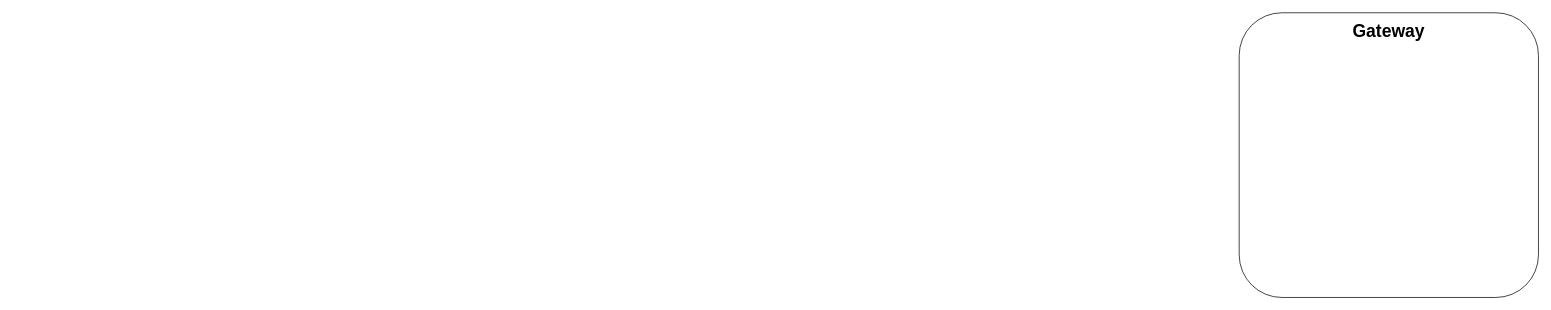
Above: page "Invoke Timeline" (1 of 4) of universal-engine/online-debug-upgrade.drawio in karlchan-cn/drawio-repository (draw.io), before the change. Source tidied: cells renumbered, new cells numbered last; positions are measured from the earlier drawing's top-left corner, leaving out a move shared by most shapes. Both pictures are drawn from the tidied source at 73%, with x=0, y=0 at pixel (1239, 12).
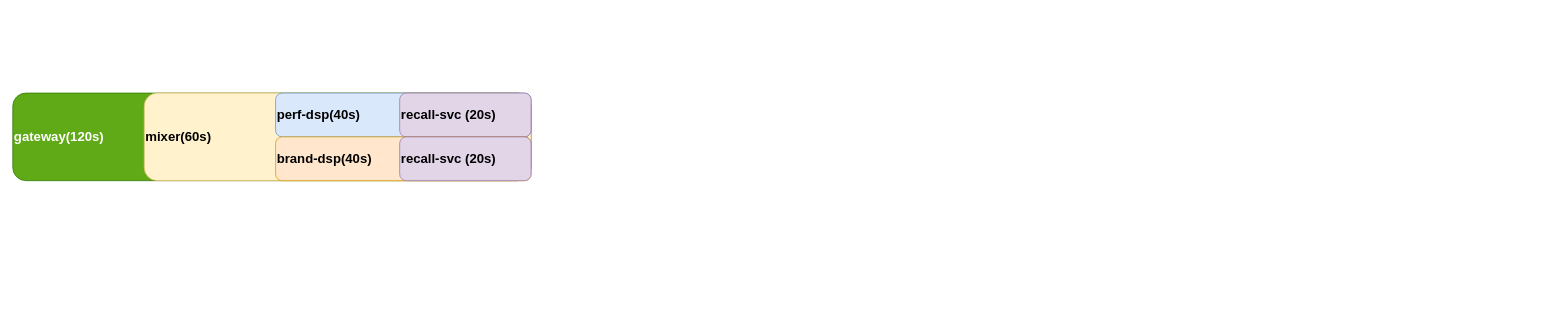
Above is the later version.

What changed in the source:
```diff
@@
 <mxGraphModel>
   <root>
     <mxCell id="0" />
     <mxCell id="1" parent="0" />
-    <mxCell id="2" style="rounded=1;whiteSpace=wrap;html=1;fillColor=none;gradientColor=default;" parent="1" vertex="1">
-      <mxGeometry width="410" height="390" as="geometry" />
-    </mxCell>
-    <mxCell id="3" value="Gateway" style="text;html=1;strokeColor=none;fillColor=none;align=center;verticalAlign=middle;whiteSpace=wrap;rounded=0;fontSize=24;fontStyle=1;" parent="1" vertex="1">
-      <mxGeometry x="120" y="10" width="170" height="30" as="geometry" />
-    </mxCell>
+    <mxCell id="4" value="&lt;font style=&quot;font-size: 18px;&quot;&gt;&lt;b style=&quot;font-size: 18px;&quot;&gt;gateway(120s)&lt;/b&gt;&lt;/font&gt;" style="rounded=1;whiteSpace=wrap;html=1;fillColor=#60a917;strokeColor=#2D7600;align=left;fontColor=#ffffff;fontSize=18;" parent="1" vertex="1">
+      <mxGeometry x="-1680" y="110" width="710" height="120" as="geometry" />
+    </mxCell>
+    <mxCell id="5" value="&lt;font style=&quot;font-size: 18px;&quot;&gt;&lt;b style=&quot;font-size: 18px;&quot;&gt;mixer(60s)&lt;/b&gt;&lt;/font&gt;" style="rounded=1;whiteSpace=wrap;html=1;fillColor=#fff2cc;strokeColor=#d6b656;align=left;fontSize=18;" parent="1" vertex="1">
+      <mxGeometry x="-1500" y="110" width="530" height="120" as="geometry" />
+    </mxCell>
+    <mxCell id="6" value="&lt;font style=&quot;font-size: 18px;&quot;&gt;perf-dsp(40s)&lt;/font&gt;" style="rounded=1;whiteSpace=wrap;html=1;fillColor=#dae8fc;strokeColor=#6c8ebf;align=left;fontSize=18;fontStyle=1;" parent="1" vertex="1">
+      <mxGeometry x="-1320" y="110" width="350" height="60" as="geometry" />
+    </mxCell>
+    <mxCell id="7" value="recall-svc (20s)" style="rounded=1;whiteSpace=wrap;html=1;fillColor=#e1d5e7;strokeColor=#9673a6;align=left;fontSize=18;fontStyle=1;" parent="1" vertex="1">
+      <mxGeometry x="-1150" y="110" width="180" height="60" as="geometry" />
+    </mxCell>
+    <mxCell id="8" value="brand-dsp(40s)" style="rounded=1;whiteSpace=wrap;html=1;fillColor=#ffe6cc;strokeColor=#d79b00;align=left;fontSize=18;fontStyle=1;" parent="1" vertex="1">
+      <mxGeometry x="-1320" y="170" width="350" height="60" as="geometry" />
+    </mxCell>
+    <mxCell id="9" value="recall-svc (20s)" style="rounded=1;whiteSpace=wrap;html=1;fillColor=#e1d5e7;strokeColor=#9673a6;align=left;fontSize=18;fontStyle=1;" parent="1" vertex="1">
+      <mxGeometry x="-1150" y="170" width="180" height="60" as="geometry" />
+    </mxCell>
   </root>
 </mxGraphModel>
```
